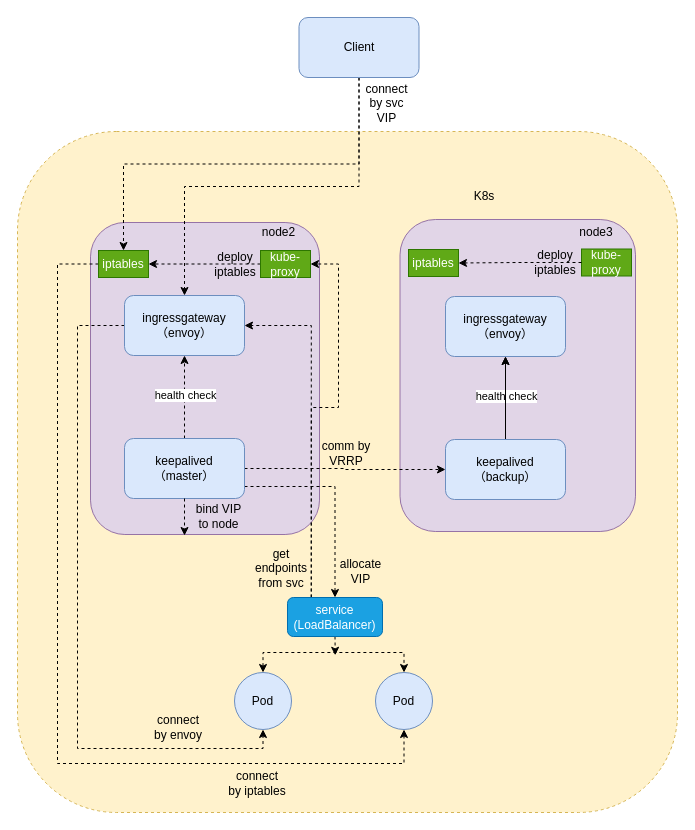
fengyinqiao/cloudimg keeps this draw.io diagram as diagrams/nlb架构.drawio. Above is the earlier version. Source tidied: cells renumbered, new cells numbered last; positions are measured from the earlier drawing's top-left corner, leaving out a move shared by most shapes. Both pictures are drawn from the tidied source at 100%, with x=0, y=0 at pixel (17, 17).
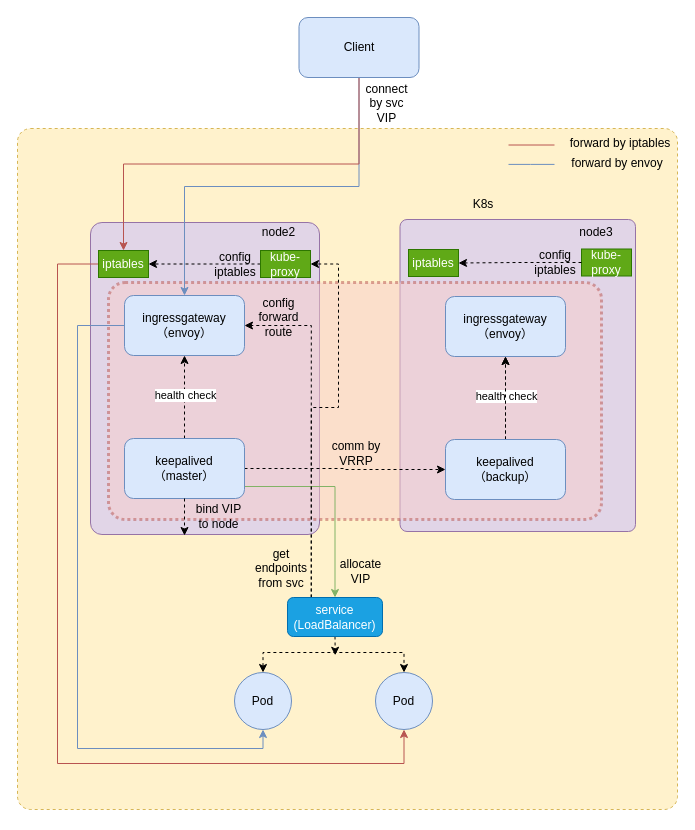
The same diagram, later.

Unchanged cells that the change refers to:
```xml
<mxCell id="6" value="ingressgateway&lt;br&gt;（envoy）" style="rounded=1;whiteSpace=wrap;html=1;fillColor=#dae8fc;strokeColor=#6c8ebf;" parent="1" vertex="1">
  <mxGeometry x="107" y="278" width="120" height="60" as="geometry" />
</mxCell>
<mxCell id="11" value="keepalived&lt;br&gt;（master）" style="rounded=1;whiteSpace=wrap;html=1;fillColor=#dae8fc;strokeColor=#6c8ebf;" parent="1" vertex="1">
  <mxGeometry x="107" y="421" width="120" height="60" as="geometry" />
</mxCell>
<mxCell id="12" value="ingressgateway&lt;br&gt;（envoy）" style="rounded=1;whiteSpace=wrap;html=1;fillColor=#dae8fc;strokeColor=#6c8ebf;" parent="1" vertex="1">
  <mxGeometry x="428" y="279" width="120" height="60" as="geometry" />
</mxCell>
<mxCell id="16" value="keepalived&lt;br&gt;（backup）" style="rounded=1;whiteSpace=wrap;html=1;fillColor=#dae8fc;strokeColor=#6c8ebf;" parent="1" vertex="1">
  <mxGeometry x="428" y="422" width="120" height="60" as="geometry" />
</mxCell>
<mxCell id="25" value="Client" style="rounded=1;whiteSpace=wrap;html=1;fillColor=#dae8fc;strokeColor=#6c8ebf;" parent="1" vertex="1">
  <mxGeometry x="281.5" width="120" height="60" as="geometry" />
</mxCell>
<mxCell id="27" value="Pod" style="ellipse;whiteSpace=wrap;html=1;fillColor=#dae8fc;strokeColor=#6c8ebf;" parent="1" vertex="1">
  <mxGeometry x="217" y="655" width="57" height="57" as="geometry" />
</mxCell>
<mxCell id="28" value="Pod" style="ellipse;whiteSpace=wrap;html=1;fillColor=#dae8fc;strokeColor=#6c8ebf;" parent="1" vertex="1">
  <mxGeometry x="358" y="655" width="57" height="57" as="geometry" />
</mxCell>
<mxCell id="30" value="iptables" style="text;html=1;strokeColor=#2D7600;fillColor=#60a917;align=center;verticalAlign=middle;whiteSpace=wrap;rounded=0;fontColor=#ffffff;" parent="1" vertex="1">
  <mxGeometry x="81" y="233" width="50" height="27" as="geometry" />
</mxCell>
<mxCell id="38" value="service&lt;br&gt;(LoadBalancer)" style="rounded=1;whiteSpace=wrap;html=1;fillColor=#1ba1e2;fontColor=#ffffff;strokeColor=#006EAF;" parent="1" vertex="1">
  <mxGeometry x="270" y="580" width="95" height="39" as="geometry" />
</mxCell>
```

What changed in the source:
```diff
@@
-    <mxCell id="2" style="rounded=1;whiteSpace=wrap;html=1;fillColor=#fff2cc;strokeColor=#d6b656;dashed=1;" parent="1" vertex="1">
-      <mxGeometry y="114" width="660" height="681" as="geometry" />
+    <mxCell id="2" style="rounded=1;whiteSpace=wrap;html=1;fillColor=#fff2cc;strokeColor=#d6b656;dashed=1;arcSize=2;" parent="1" vertex="1">
+      <mxGeometry y="111" width="660" height="681" as="geometry" />
     </mxCell>
-    <mxCell id="3" style="rounded=1;whiteSpace=wrap;html=1;fillColor=#e1d5e7;strokeColor=#9673a6;" parent="1" vertex="1">
+    <mxCell id="3" style="rounded=1;whiteSpace=wrap;html=1;fillColor=#e1d5e7;strokeColor=#9673a6;arcSize=3;" parent="1" vertex="1">
       <mxGeometry x="382.5" y="202" width="235.5" height="312" as="geometry" />
     </mxCell>
-    <mxCell id="4" style="rounded=1;whiteSpace=wrap;html=1;fillColor=#e1d5e7;strokeColor=#9673a6;" parent="1" vertex="1">
+    <mxCell id="4" style="rounded=1;whiteSpace=wrap;html=1;fillColor=#e1d5e7;strokeColor=#9673a6;arcSize=5;" parent="1" vertex="1">
       <mxGeometry x="73" y="205" width="229" height="312" as="geometry" />
     </mxCell>
+    <mxCell id="47" style="rounded=1;whiteSpace=wrap;html=1;fillColor=#f8cecc;dashed=1;arcSize=7;strokeColor=#b85450;dashPattern=1 1;opacity=50;strokeWidth=3;" parent="1" vertex="1">
+      <mxGeometry x="91" y="265" width="493" height="237" as="geometry" />
+    </mxCell>
-    <mxCell id="5" style="edgeStyle=orthogonalEdgeStyle;rounded=0;jettySize=auto;html=1;exitX=0;exitY=0.5;exitDx=0;exitDy=0;entryX=0.5;entryY=1;entryDx=0;entryDy=0;dashed=1;" parent="1" edge="1" source="6" target="27">
+    <mxCell id="5" style="edgeStyle=orthogonalEdgeStyle;rounded=0;jettySize=auto;html=1;exitX=0;exitY=0.5;exitDx=0;exitDy=0;entryX=0.5;entryY=1;entryDx=0;entryDy=0;fillColor=#dae8fc;strokeColor=#6c8ebf;" parent="1" edge="1" source="6" target="27">
       <mxGeometry relative="1" as="geometry">
         <Array as="points">
           <mxPoint x="60" y="308" />
           <mxPoint x="60" y="731" />
           <mxPoint x="246" y="731" />
         </Array>
       </mxGeometry>
     </mxCell>
@@
-    <mxCell id="10" style="edgeStyle=orthogonalEdgeStyle;rounded=0;jettySize=auto;html=1;exitX=1;exitY=0.5;exitDx=0;exitDy=0;entryX=0.5;entryY=0;entryDx=0;entryDy=0;dashed=1;" parent="1" edge="1" source="11" target="38">
+    <mxCell id="10" style="edgeStyle=orthogonalEdgeStyle;rounded=0;jettySize=auto;html=1;exitX=1;exitY=0.5;exitDx=0;exitDy=0;entryX=0.5;entryY=0;entryDx=0;entryDy=0;fillColor=#d5e8d4;strokeColor=#82b366;" parent="1" edge="1" source="11" target="38">
       <mxGeometry relative="1" as="geometry">
         <Array as="points">
           <mxPoint x="227" y="469" />
           <mxPoint x="317" y="469" />
         </Array>
       </mxGeometry>
     </mxCell>
@@
-    <mxCell id="15" style="edgeStyle=orthogonalEdgeStyle;rounded=0;jettySize=auto;html=1;" parent="1" edge="1" source="16" target="12">
+    <mxCell id="15" style="edgeStyle=orthogonalEdgeStyle;rounded=0;jettySize=auto;html=1;dashed=1;" parent="1" edge="1" source="16" target="12">
       <mxGeometry relative="1" as="geometry" />
     </mxCell>
@@
     <mxCell id="17" value="comm by VRRP" style="text;html=1;strokeColor=none;fillColor=none;align=center;verticalAlign=middle;whiteSpace=wrap;rounded=0;" parent="1" vertex="1">
-      <mxGeometry x="299" y="421" width="60" height="30" as="geometry" />
+      <mxGeometry x="309" y="421" width="60" height="30" as="geometry" />
     </mxCell>
@@
     <mxCell id="22" value="K8s" style="text;html=1;strokeColor=none;fillColor=none;align=center;verticalAlign=middle;whiteSpace=wrap;rounded=0;" parent="1" vertex="1">
-      <mxGeometry x="437" y="164" width="60" height="30" as="geometry" />
+      <mxGeometry x="436" y="172" width="60" height="30" as="geometry" />
     </mxCell>
-    <mxCell id="23" style="edgeStyle=orthogonalEdgeStyle;rounded=0;jettySize=auto;html=1;exitX=0.5;exitY=1;exitDx=0;exitDy=0;entryX=0.5;entryY=0;entryDx=0;entryDy=0;dashed=1;" parent="1" edge="1" source="25" target="6">
+    <mxCell id="23" style="edgeStyle=orthogonalEdgeStyle;rounded=0;jettySize=auto;html=1;exitX=0.5;exitY=1;exitDx=0;exitDy=0;entryX=0.5;entryY=0;entryDx=0;entryDy=0;fillColor=#dae8fc;strokeColor=#6c8ebf;" parent="1" edge="1" source="25" target="6">
       <mxGeometry relative="1" as="geometry" />
     </mxCell>
-    <mxCell id="24" style="edgeStyle=orthogonalEdgeStyle;rounded=0;jettySize=auto;html=1;exitX=0.5;exitY=1;exitDx=0;exitDy=0;entryX=0.5;entryY=0;entryDx=0;entryDy=0;dashed=1;" parent="1" edge="1" source="25" target="30">
+    <mxCell id="24" style="edgeStyle=orthogonalEdgeStyle;rounded=0;jettySize=auto;html=1;exitX=0.5;exitY=1;exitDx=0;exitDy=0;entryX=0.5;entryY=0;entryDx=0;entryDy=0;fillColor=#f8cecc;strokeColor=#b85450;" parent="1" edge="1" source="25" target="30">
       <mxGeometry relative="1" as="geometry" />
     </mxCell>
@@
-    <mxCell id="29" style="edgeStyle=orthogonalEdgeStyle;rounded=0;jettySize=auto;html=1;exitX=0;exitY=0.5;exitDx=0;exitDy=0;entryX=0.5;entryY=1;entryDx=0;entryDy=0;dashed=1;" parent="1" edge="1" source="30" target="28">
+    <mxCell id="29" style="edgeStyle=orthogonalEdgeStyle;rounded=0;jettySize=auto;html=1;exitX=0;exitY=0.5;exitDx=0;exitDy=0;entryX=0.5;entryY=1;entryDx=0;entryDy=0;fillColor=#f8cecc;strokeColor=#b85450;" parent="1" edge="1" source="30" target="28">
       <mxGeometry relative="1" as="geometry">
         <Array as="points">
           <mxPoint x="40" y="247" />
           <mxPoint x="40" y="746" />
           <mxPoint x="387" y="746" />
         </Array>
       </mxGeometry>
     </mxCell>
@@
-    <mxCell id="32" value="connect by iptables" style="text;html=1;strokeColor=none;fillColor=none;align=center;verticalAlign=middle;whiteSpace=wrap;rounded=0;" parent="1" vertex="1">
-      <mxGeometry x="210" y="751" width="60" height="30" as="geometry" />
+    <mxCell id="32" value="forward by envoy" style="text;html=1;strokeColor=none;fillColor=none;align=center;verticalAlign=middle;whiteSpace=wrap;rounded=0;" parent="1" vertex="1">
+      <mxGeometry x="540" y="131" width="120" height="30" as="geometry" />
     </mxCell>
-    <mxCell id="33" value="connect by envoy" style="text;html=1;strokeColor=none;fillColor=none;align=center;verticalAlign=middle;whiteSpace=wrap;rounded=0;" parent="1" vertex="1">
-      <mxGeometry x="131" y="695" width="60" height="30" as="geometry" />
+    <mxCell id="33" value="forward by iptables" style="text;html=1;strokeColor=none;fillColor=none;align=center;verticalAlign=middle;whiteSpace=wrap;rounded=0;" parent="1" vertex="1">
+      <mxGeometry x="549" y="111" width="108" height="30" as="geometry" />
     </mxCell>
@@
-    <mxCell id="42" value="deploy&lt;br&gt;iptables" style="text;html=1;strokeColor=none;fillColor=none;align=center;verticalAlign=middle;whiteSpace=wrap;rounded=0;" parent="1" vertex="1">
+    <mxCell id="42" value="config&lt;br&gt;iptables" style="text;html=1;strokeColor=none;fillColor=none;align=center;verticalAlign=middle;whiteSpace=wrap;rounded=0;" parent="1" vertex="1">
       <mxGeometry x="200" y="239.5" width="36" height="14" as="geometry" />
     </mxCell>
@@
-    <mxCell id="45" value="deploy&lt;br&gt;iptables" style="text;html=1;strokeColor=none;fillColor=none;align=center;verticalAlign=middle;whiteSpace=wrap;rounded=0;" parent="1" vertex="1">
+    <mxCell id="45" value="config&lt;br&gt;iptables" style="text;html=1;strokeColor=none;fillColor=none;align=center;verticalAlign=middle;whiteSpace=wrap;rounded=0;" parent="1" vertex="1">
       <mxGeometry x="520" y="228" width="36" height="34" as="geometry" />
     </mxCell>
@@
+    <mxCell id="48" style="endArrow=none;html=1;rounded=0;fillColor=#f8cecc;strokeColor=#b85450;" parent="1" edge="1">
+      <mxGeometry relative="1" as="geometry">
+        <mxPoint x="491" y="127.5" as="sourcePoint" />
+        <mxPoint x="537" y="127.5" as="targetPoint" />
+        <Array as="points">
+          <mxPoint x="537" y="127.5" />
+        </Array>
+      </mxGeometry>
+    </mxCell>
+    <mxCell id="49" style="endArrow=none;html=1;rounded=0;fillColor=#dae8fc;strokeColor=#6c8ebf;" parent="1" edge="1">
+      <mxGeometry relative="1" as="geometry">
+        <mxPoint x="491" y="146.9" as="sourcePoint" />
+        <mxPoint x="537" y="146.9" as="targetPoint" />
+        <Array as="points">
+          <mxPoint x="513" y="146.9" />
+          <mxPoint x="537" y="146.9" />
+        </Array>
+      </mxGeometry>
+    </mxCell>
+    <mxCell id="50" value="config forward route" style="text;html=1;strokeColor=none;fillColor=none;align=center;verticalAlign=middle;whiteSpace=wrap;rounded=0;" parent="1" vertex="1">
+      <mxGeometry x="237.5" y="295" width="46.5" height="9" as="geometry" />
+    </mxCell>
```
